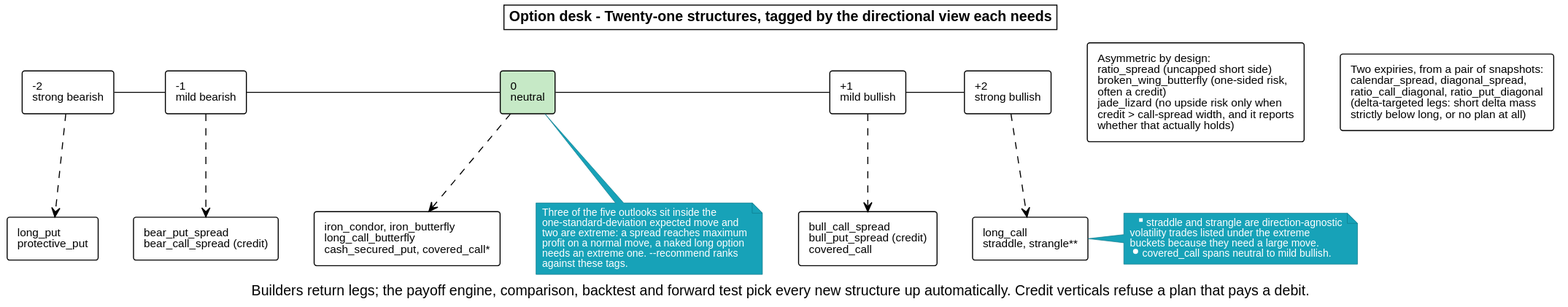
Earlier version of the PlantUML export docs/diagrams/04_structures_by_outlook.svg (Iman/agent-driven-options-desk-and-skills). Its source is kept beside it as docs/diagrams/04_structures_by_outlook.puml.
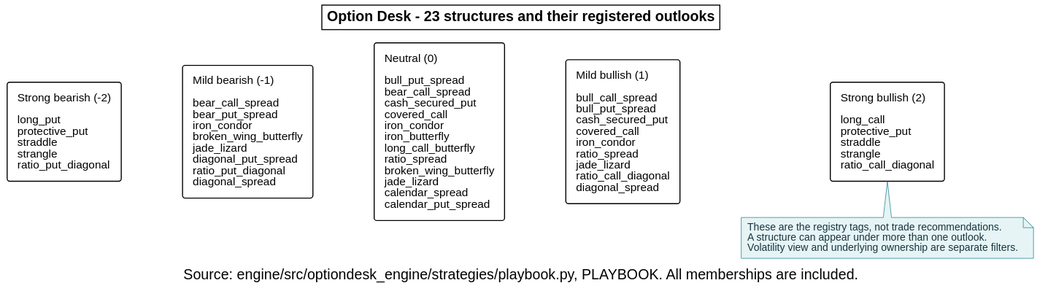
After the change.

The edit, as a diff of the source:
```diff
@@ -1,48 +1,22 @@
 @startuml
 !include theme.iuml
-title Option desk - Twenty-one structures, tagged by the directional view each needs
+title Option Desk - 23 structures and their registered outlooks
 
-rectangle "-2\nstrong bearish" as sb
-rectangle "-1\nmild bearish" as mb
-rectangle "0\nneutral" as n #C6E9C6
-rectangle "+1\nmild bullish" as mu
-rectangle "+2\nstrong bullish" as su
-
-sb -right- mb
-mb -right- n
-n -right- mu
-mu -right- su
-
-rectangle "long_put\nprotective_put" as lp
-rectangle "bear_put_spread\nbear_call_spread (credit)" as bps
-rectangle "iron_condor, iron_butterfly\nlong_call_butterfly\ncash_secured_put, covered_call*" as ic
-rectangle "bull_call_spread\nbull_put_spread (credit)\ncovered_call" as bcs
-rectangle "long_call\nstraddle, strangle**" as lc
-
-sb .down.> lp
-mb .down.> bps
-n .down.> ic
-mu .down.> bcs
-su .down.> lc
-
-rectangle "Asymmetric by design:\nratio_spread (uncapped short side)\nbroken_wing_butterfly (one-sided risk,\noften a credit)\njade_lizard (no upside risk only when\ncredit > call-spread width, and it reports\nwhether that actually holds)" as asym
-rectangle "Two expiries, from a pair of snapshots:\ncalendar_spread, diagonal_spread,\nratio_call_diagonal, ratio_put_diagonal\n(delta-targeted legs: short delta mass\nstrictly below long, or no plan at all)" as timesp
-
-note bottom of n
-Three of the five outlooks sit inside the
-one-standard-deviation expected move and
-two are extreme: a spread reaches maximum
-profit on a normal move, a naked long option
-needs an extreme one. --recommend ranks
-against these tags.
+left to right direction
+rectangle "Strong bearish (-2)\n\nlong_put\nprotective_put\nstraddle\nstrangle\nratio_put_diagonal" as outlook0
+rectangle "Mild bearish (-1)\n\nbear_call_spread\nbear_put_spread\niron_condor\nbroken_wing_butterfly\njade_lizard\ndiagonal_put_spread\nratio_put_diagonal\ndiagonal_spread" as outlook1
+rectangle "Neutral (0)\n\nbull_put_spread\nbear_call_spread\ncash_secured_put\ncovered_call\niron_condor\niron_butterfly\nlong_call_butterfly\nratio_spread\nbroken_wing_butterfly\njade_lizard\ncalendar_spread\ncalendar_put_spread" as outlook2
+rectangle "Mild bullish (1)\n\nbull_call_spread\nbull_put_spread\ncash_secured_put\ncovered_call\niron_condor\nratio_spread\njade_lizard\nratio_call_diagonal\ndiagonal_spread" as outlook3
+rectangle "Strong bullish (2)\n\nlong_call\nprotective_put\nstraddle\nstrangle\nratio_call_diagonal" as outlook4
+outlook0 -[hidden]down-> outlook1
+outlook1 -[hidden]down-> outlook2
+outlook2 -[hidden]down-> outlook3
+outlook3 -[hidden]down-> outlook4
+note bottom of outlook4
+These are the registry tags, not trade recommendations.
+A structure can appear under more than one outlook.
+Volatility view and underlying ownership are separate filters.
 end note
 
-note right of lc
-** straddle and strangle are direction-agnostic
-volatility trades listed under the extreme
-buckets because they need a large move.
-* covered_call spans neutral to mild bullish.
-end note
-
-caption Builders return legs; the payoff engine, comparison, backtest and forward test pick every new structure up automatically. Credit verticals refuse a plan that pays a debit.
+caption Source: engine/src/optiondesk_engine/strategies/playbook.py, PLAYBOOK. All memberships are included.
 @enduml
```
